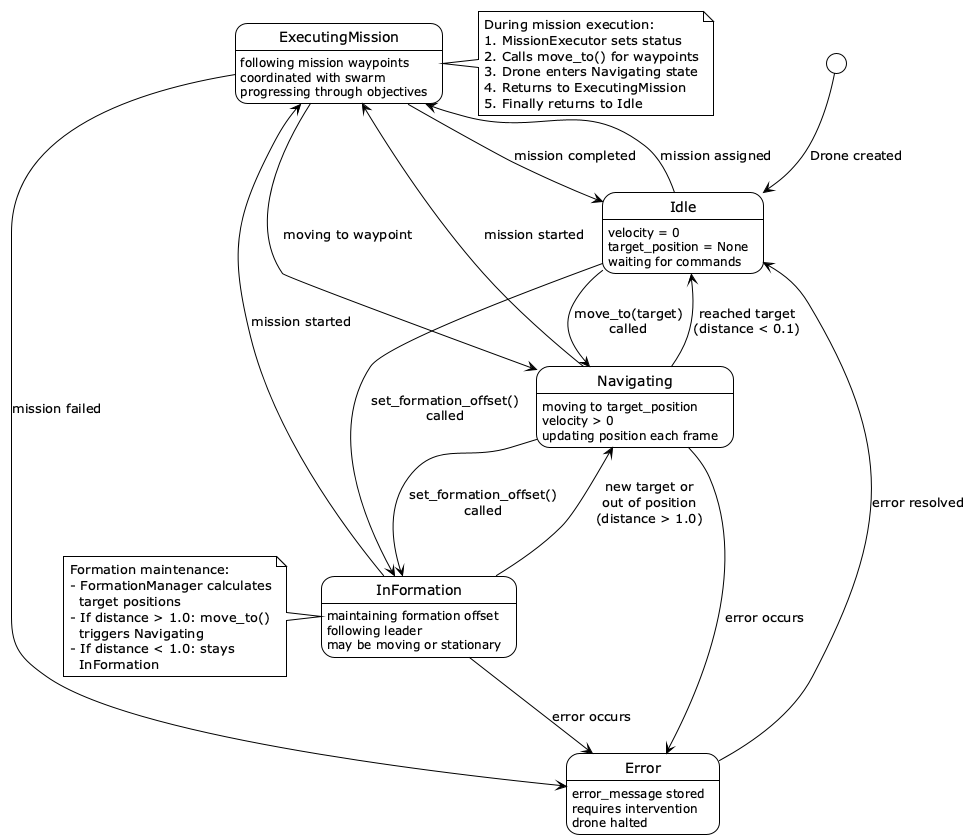
Before: doc/software/images/Drone State Diagram.png, a diagram exported from PlantUML (xwarzee/uav_in_rust).
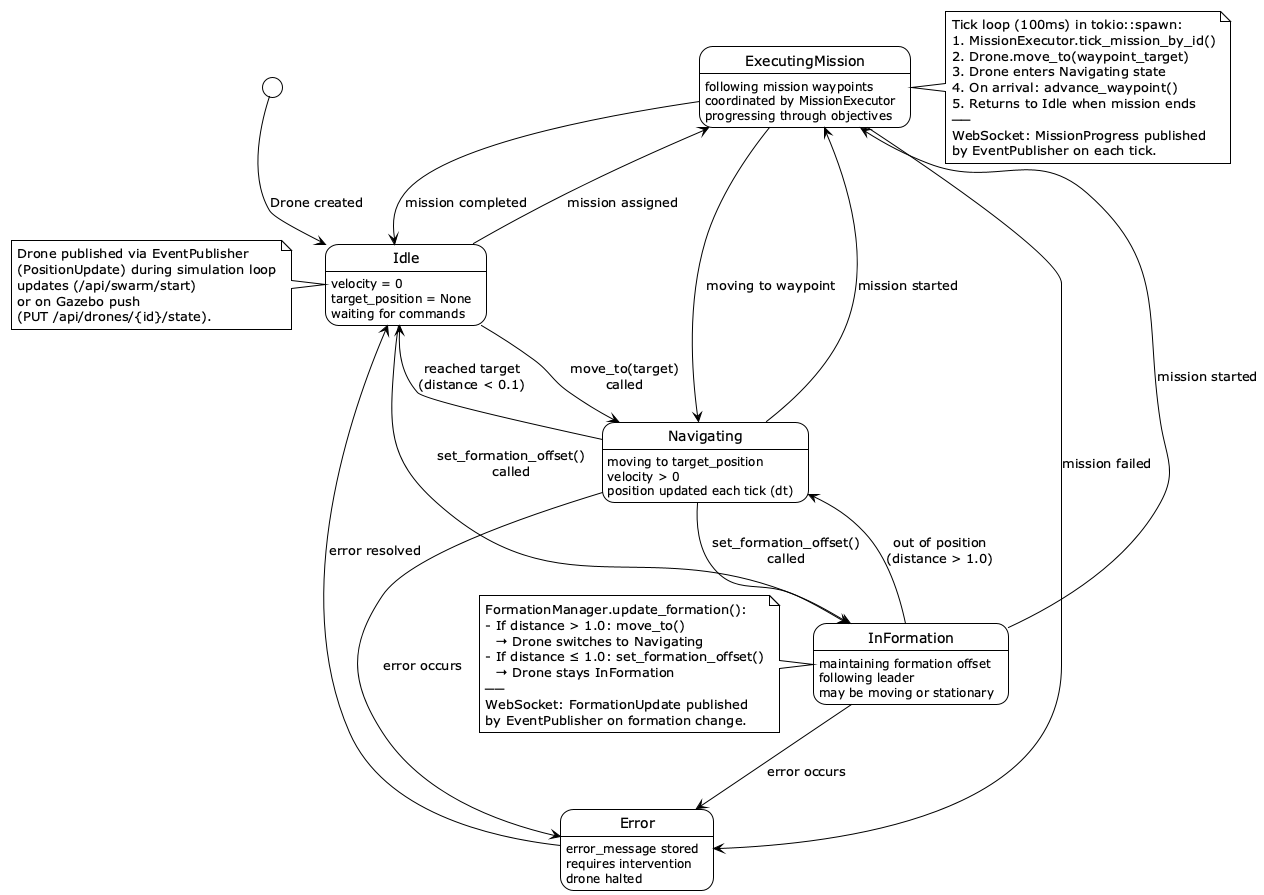
Later version of the same file.

Diff of the diagram source:
```diff
@@ -12,7 +12,7 @@
 state Navigating {
   Navigating : moving to target_position
   Navigating : velocity > 0
-  Navigating : updating position each frame
+  Navigating : position updated each tick (dt)
 }
 
 state InFormation {
@@ -23,7 +23,7 @@
 
 state ExecutingMission {
   ExecutingMission : following mission waypoints
-  ExecutingMission : coordinated with swarm
+  ExecutingMission : coordinated by MissionExecutor
   ExecutingMission : progressing through objectives
 }
 
@@ -42,7 +42,7 @@
 Navigating --> ExecutingMission : mission started
 Navigating --> Error : error occurs
 
-InFormation --> Navigating : new target or\nout of position\n(distance > 1.0)
+InFormation --> Navigating : out of position\n(distance > 1.0)
 InFormation --> ExecutingMission : mission started
 InFormation --> Error : error occurs
 
@@ -53,22 +53,34 @@
 Error --> Idle : error resolved
 
 note right of ExecutingMission
-  During mission execution:
-  1. MissionExecutor sets status
-  2. Calls move_to() for waypoints
+  Tick loop (100ms) in tokio::spawn:
+  1. MissionExecutor.tick_mission_by_id()
+  2. Drone.move_to(waypoint_target)
   3. Drone enters Navigating state
-  4. Returns to ExecutingMission
-  5. Finally returns to Idle
+  4. On arrival: advance_waypoint()
+  5. Returns to Idle when mission ends
+  ──
+  WebSocket: MissionProgress published
+  by EventPublisher on each tick.
 end note
 
 note left of InFormation
-  Formation maintenance:
-  - FormationManager calculates
-    target positions
+  FormationManager.update_formation():
   - If distance > 1.0: move_to()
-    triggers Navigating
-  - If distance < 1.0: stays
-    InFormation
+    → Drone switches to Navigating
+  - If distance ≤ 1.0: set_formation_offset()
+    → Drone stays InFormation
+  ──
+  WebSocket: FormationUpdate published
+  by EventPublisher on formation change.
+end note
+
+note left of Idle
+  Drone published via EventPublisher
+  (PositionUpdate) during simulation loop
+  updates (/api/swarm/start)
+  or on Gazebo push
+  (PUT /api/drones/{id}/state).
 end note
 
 @enduml
```
